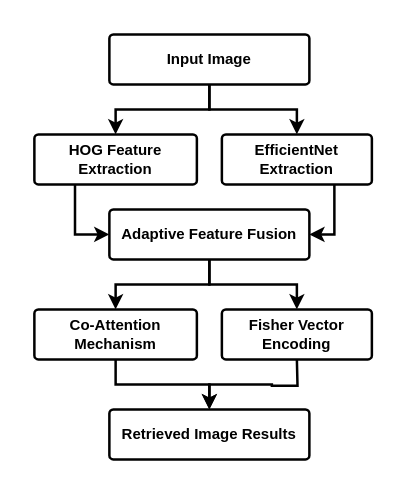
The draw.io diagram CBIR003.drawio in vinayak-k24/DrawIO, before the edit. Source tidied: cells renumbered, new cells numbered last; positions are measured from the earlier drawing's top-left corner, leaving out a move shared by most shapes. Both pictures are drawn from the tidied source at 125%, with x=0, y=0 at pixel (21, 21).
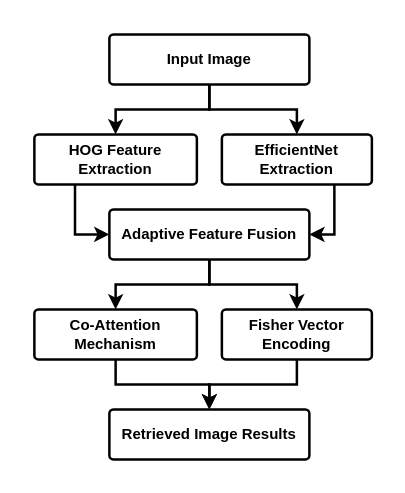
Above is the later version.

The edit, as a diff of the source:
```diff
@@
 <mxGraphModel>
   <root>
     <mxCell id="0" />
     <mxCell id="1" parent="0" />
     <mxCell id="2" style="rounded=0;whiteSpace=wrap;html=1;strokeColor=none;" parent="1" vertex="1">
       <mxGeometry width="290" height="360" as="geometry" />
     </mxCell>
     <mxCell id="3" style="edgeStyle=orthogonalEdgeStyle;rounded=0;jettySize=auto;html=1;exitX=0.5;exitY=1;exitDx=0;exitDy=0;entryX=0.5;entryY=0;entryDx=0;entryDy=0;strokeWidth=2;fontStyle=1;" parent="1" edge="1" source="5" target="7">
       <mxGeometry relative="1" as="geometry" />
     </mxCell>
     <mxCell id="4" style="edgeStyle=orthogonalEdgeStyle;rounded=0;jettySize=auto;html=1;exitX=0.5;exitY=1;exitDx=0;exitDy=0;entryX=0.5;entryY=0;entryDx=0;entryDy=0;strokeWidth=2;fontStyle=1;" parent="1" edge="1" source="5" target="14">
       <mxGeometry relative="1" as="geometry" />
     </mxCell>
     <mxCell id="5" value="Input Image" style="rounded=1;whiteSpace=wrap;html=1;imageHeight=24;arcSize=8;strokeWidth=2;fontStyle=1;" parent="1" vertex="1">
       <mxGeometry x="70" y="10" width="160" height="40" as="geometry" />
     </mxCell>
     <mxCell id="6" style="edgeStyle=orthogonalEdgeStyle;rounded=0;jettySize=auto;html=1;exitX=0.25;exitY=1;exitDx=0;exitDy=0;entryX=0;entryY=0.5;entryDx=0;entryDy=0;strokeWidth=2;" parent="1" edge="1" source="7" target="10">
       <mxGeometry relative="1" as="geometry" />
     </mxCell>
     <mxCell id="7" value="HOG Feature Extraction" style="rounded=1;whiteSpace=wrap;html=1;imageHeight=24;arcSize=8;strokeWidth=2;fontStyle=1;" parent="1" vertex="1">
       <mxGeometry x="10" y="90" width="130" height="40" as="geometry" />
     </mxCell>
     <mxCell id="8" style="edgeStyle=orthogonalEdgeStyle;rounded=0;jettySize=auto;html=1;exitX=0.5;exitY=1;exitDx=0;exitDy=0;entryX=0.5;entryY=0;entryDx=0;entryDy=0;strokeWidth=2;fontStyle=1;" parent="1" edge="1" source="10" target="12">
       <mxGeometry relative="1" as="geometry" />
     </mxCell>
     <mxCell id="9" style="edgeStyle=orthogonalEdgeStyle;rounded=0;jettySize=auto;html=1;exitX=0.5;exitY=1;exitDx=0;exitDy=0;entryX=0.5;entryY=0;entryDx=0;entryDy=0;strokeWidth=2;fontStyle=1;" parent="1" edge="1" source="10" target="16">
       <mxGeometry relative="1" as="geometry" />
     </mxCell>
     <mxCell id="10" value="Adaptive Feature Fusion" style="rounded=1;whiteSpace=wrap;html=1;imageHeight=24;arcSize=8;strokeWidth=2;fontStyle=1;" parent="1" vertex="1">
       <mxGeometry x="70" y="150" width="160" height="40" as="geometry" />
     </mxCell>
     <mxCell id="11" style="edgeStyle=orthogonalEdgeStyle;rounded=0;jettySize=auto;html=1;exitX=0.5;exitY=1;exitDx=0;exitDy=0;entryX=0.5;entryY=0;entryDx=0;entryDy=0;strokeWidth=2;fontStyle=1;" parent="1" edge="1" source="12" target="17">
       <mxGeometry relative="1" as="geometry" />
     </mxCell>
     <mxCell id="12" value="Co-Attention Mechanism" style="rounded=1;whiteSpace=wrap;html=1;imageHeight=24;arcSize=8;strokeWidth=2;fontStyle=1;" parent="1" vertex="1">
       <mxGeometry x="10" y="230" width="130" height="40" as="geometry" />
     </mxCell>
     <mxCell id="13" style="edgeStyle=orthogonalEdgeStyle;rounded=0;jettySize=auto;html=1;exitX=0.75;exitY=1;exitDx=0;exitDy=0;entryX=1;entryY=0.5;entryDx=0;entryDy=0;strokeWidth=2;" parent="1" edge="1" source="14" target="10">
       <mxGeometry relative="1" as="geometry" />
     </mxCell>
     <mxCell id="14" value="EfficientNet Extraction" style="rounded=1;whiteSpace=wrap;html=1;imageHeight=24;arcSize=8;strokeWidth=2;fontStyle=1;" parent="1" vertex="1">
       <mxGeometry x="160" y="90" width="120" height="40" as="geometry" />
     </mxCell>
-    <mxCell id="15" style="edgeStyle=orthogonalEdgeStyle;rounded=0;jettySize=auto;html=1;exitX=0.5;exitY=1;exitDx=0;exitDy=0;entryX=0.5;entryY=0;entryDx=0;entryDy=0;strokeWidth=2;fontStyle=1;" parent="1" edge="1" target="17">
-      <mxGeometry relative="1" as="geometry">
-        <mxPoint x="220" y="270" as="sourcePoint" />
-      </mxGeometry>
-    </mxCell>
+    <mxCell id="18" style="edgeStyle=orthogonalEdgeStyle;rounded=0;jettySize=auto;html=1;exitX=0.5;exitY=1;exitDx=0;exitDy=0;entryX=0.5;entryY=0;entryDx=0;entryDy=0;strokeWidth=2;" parent="1" edge="1" source="16" target="17">
+      <mxGeometry relative="1" as="geometry" />
+    </mxCell>
     <mxCell id="16" value="Fisher Vector Encoding" style="rounded=1;whiteSpace=wrap;html=1;imageHeight=24;arcSize=8;strokeWidth=2;fontStyle=1;" parent="1" vertex="1">
       <mxGeometry x="160" y="230" width="120" height="40" as="geometry" />
     </mxCell>
     <mxCell id="17" value="Retrieved Image Results" style="rounded=1;whiteSpace=wrap;html=1;imageHeight=24;arcSize=8;strokeWidth=2;fontStyle=1;" parent="1" vertex="1">
       <mxGeometry x="70" y="310" width="160" height="40" as="geometry" />
     </mxCell>
   </root>
 </mxGraphModel>
```
